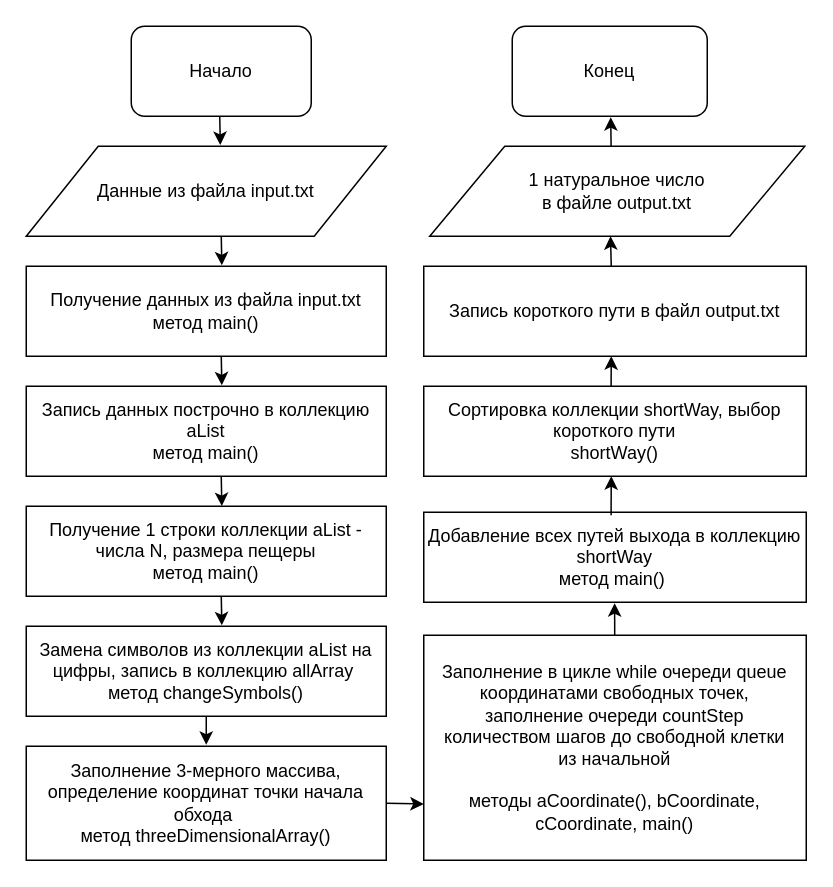
The draw.io diagram 5. Путь спелеолога/Untitled Diagram.drawio in allicen/Task, before the edit. Source tidied: cells renumbered, new cells numbered last; positions are measured from the earlier drawing's top-left corner, leaving out a move shared by most shapes. Both pictures are drawn from the tidied source at 150%, with x=0, y=0 at pixel (26, 26).
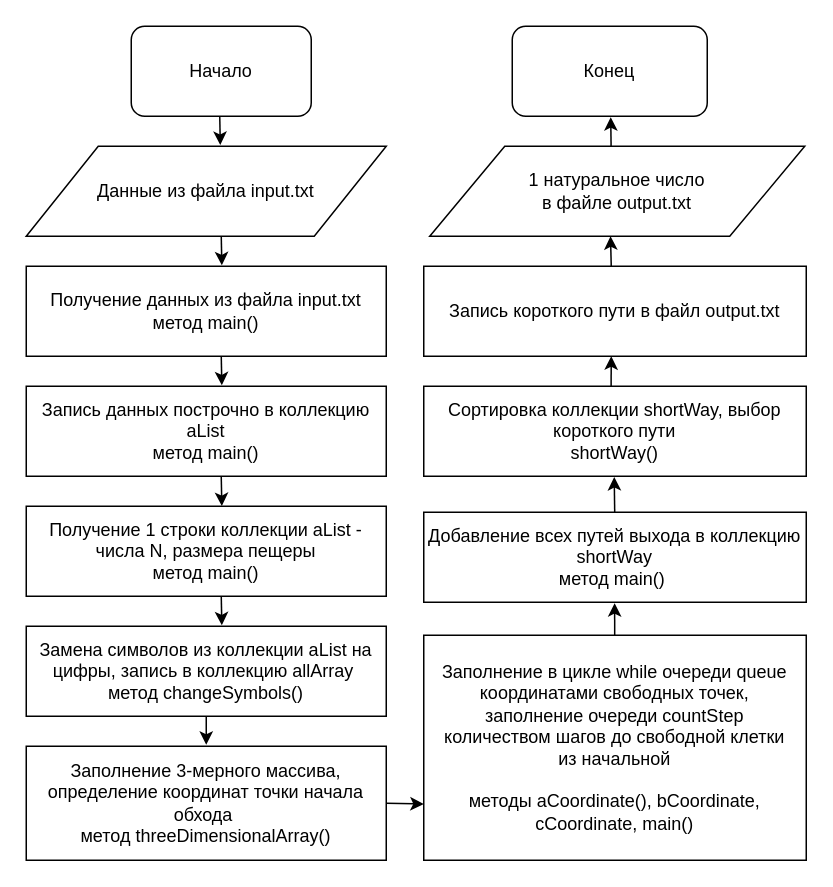
The same page after the edit.

Unchanged cells that the change refers to:
```xml
<mxCell id="10" value="Сортировка коллекции shortWay, выбор короткого пути&lt;br&gt;shortWay()&lt;br&gt;" style="rounded=0;whiteSpace=wrap;html=1;" parent="1" vertex="1">
  <mxGeometry x="265" y="240" width="255" height="60" as="geometry" />
</mxCell>
```

Change to the diagram source:
```diff
@@
-    <mxCell id="23" style="endArrow=classic;html=1;" parent="1" edge="1">
-      <mxGeometry relative="1" as="geometry">
-        <mxPoint x="389.9" y="326" as="sourcePoint" />
-        <mxPoint x="390" y="300" as="targetPoint" />
-      </mxGeometry>
-    </mxCell>
@@
+    <mxCell id="27" style="endArrow=classic;html=1;entryX=0.498;entryY=1.008;entryDx=0;entryDy=0;entryPerimeter=0;" parent="1" edge="1" target="10">
+      <mxGeometry relative="1" as="geometry">
+        <mxPoint x="392.3" y="323.9" as="sourcePoint" />
+      </mxGeometry>
+    </mxCell>
```
